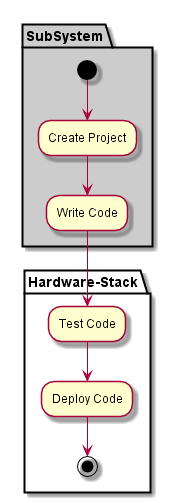
Earlier version of the PlantUML export docs/Solution/Hardware-Stack/Process.png (CAADE/fleet). The source it was exported from:
```plantuml
@startuml

partition "Hardware-Stack" {

}

partition SubSystem  #cccccc {
  (*) --> "Create Project"
  --> "Write Code"
}

partition "Hardware-Stack" {
  "Write Code" --> "Test Code"
  "Test Code" --> "Deploy Code"
  "Deploy Code" --> (*)
}

@enduml
```
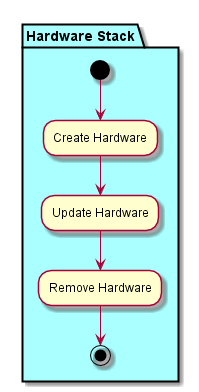
Later version of the same file.

Change to the diagram source:
```diff
@@ -1,18 +1,10 @@
 @startuml
 
-partition "Hardware-Stack" {
-
-}
-
-partition SubSystem  #cccccc {
-  (*) --> "Create Project"
-  --> "Write Code"
-}
-
-partition "Hardware-Stack" {
-  "Write Code" --> "Test Code"
-  "Test Code" --> "Deploy Code"
-  "Deploy Code" --> (*)
+partition "Hardware Stack" #aaffff {
+  (*) --> "Create Hardware"
+  "Create Hardware" --> "Update Hardware"
+  "Update Hardware" --> "Remove Hardware"
+  "Remove Hardware" --> (*)
 }
 
 @enduml
```
